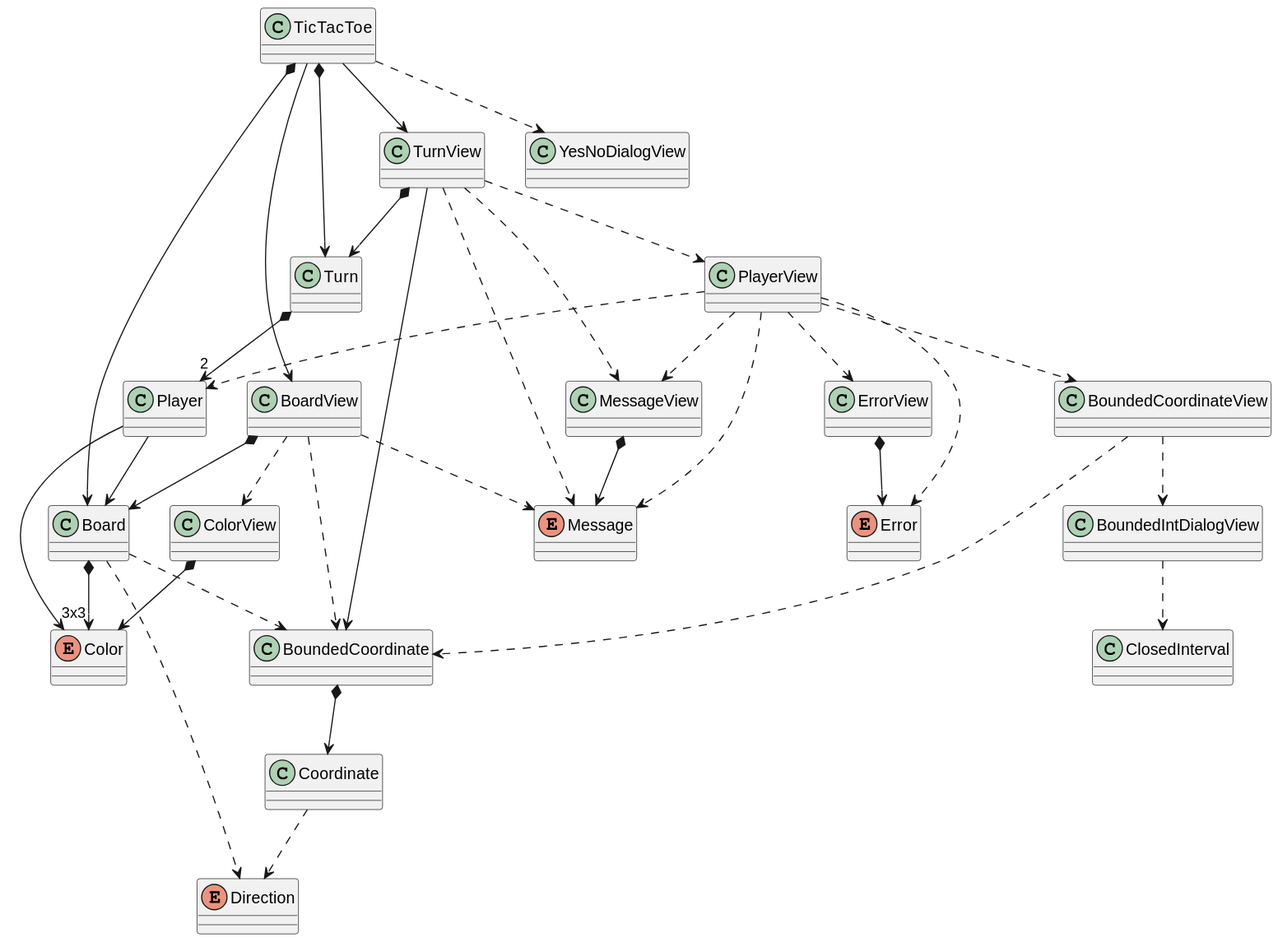
Above: tech-java-basadoObjetos/src/es/usantatecla/tictactoe_v2/docs/classes.svg in jumpering/lab-turing (PlantUML), before the change.
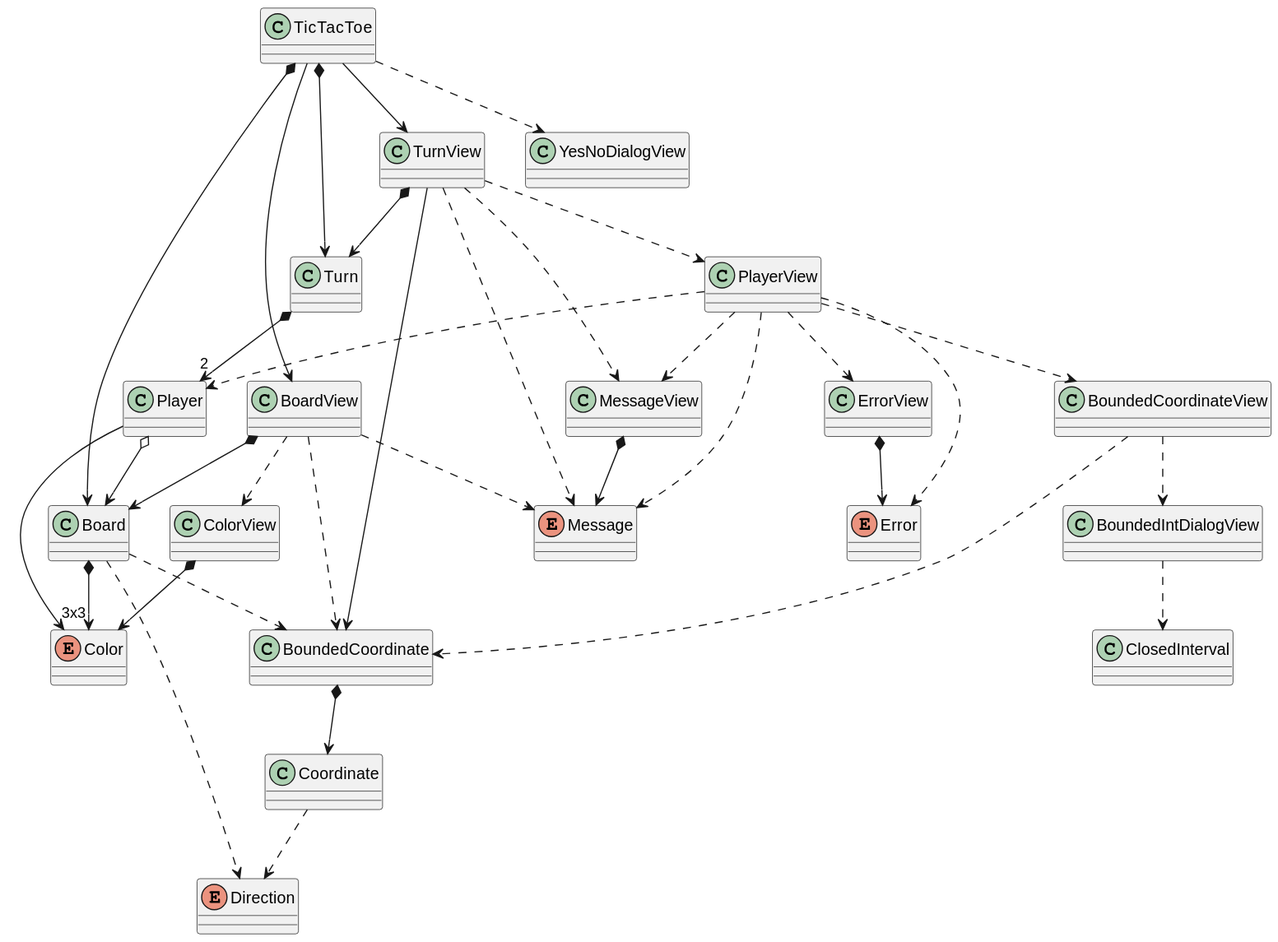
Above is the later version.

Commit message:
change relations UML

What changed in the source:
```diff
@@ -58,7 +58,7 @@
 TurnView ..> PlayerView
 TurnView ..> Message
 Turn *--> "2" Player
-Player --> Board
+Player o--> Board
 Player --> Color
 PlayerView ..> Player
 PlayerView ..> ErrorView
```
